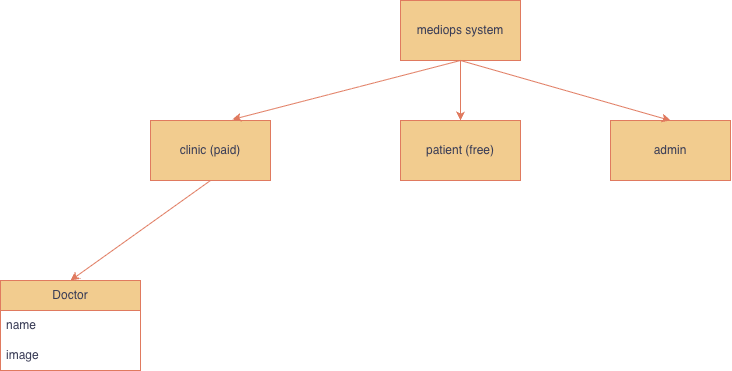
Earlier version of the draw.io export diagrams/mediops.png (CompleteGlory/mediops). Source tidied: cells renumbered, new cells last; positions are measured from the earlier drawing's top-left corner, leaving out a move shared by most shapes. Source of this version:
```xml
<mxGraphModel>
  <root>
    <mxCell id="0" />
    <mxCell id="1" parent="0" />
    <mxCell id="2" value="mediops system" style="rounded=0;whiteSpace=wrap;html=1;labelBackgroundColor=none;fillColor=#F2CC8F;strokeColor=#E07A5F;fontColor=#393C56;" parent="1" vertex="1">
      <mxGeometry x="400" width="120" height="60" as="geometry" />
    </mxCell>
    <mxCell id="3" value="clinic (paid)" style="rounded=0;whiteSpace=wrap;html=1;labelBackgroundColor=none;fillColor=#F2CC8F;strokeColor=#E07A5F;fontColor=#393C56;" parent="1" vertex="1">
      <mxGeometry x="150" y="120" width="120" height="60" as="geometry" />
    </mxCell>
    <mxCell id="4" value="patient (free)" style="rounded=0;whiteSpace=wrap;html=1;labelBackgroundColor=none;fillColor=#F2CC8F;strokeColor=#E07A5F;fontColor=#393C56;" parent="1" vertex="1">
      <mxGeometry x="400" y="120" width="120" height="60" as="geometry" />
    </mxCell>
    <mxCell id="5" value="admin" style="rounded=0;whiteSpace=wrap;html=1;labelBackgroundColor=none;fillColor=#F2CC8F;strokeColor=#E07A5F;fontColor=#393C56;" parent="1" vertex="1">
      <mxGeometry x="610" y="120" width="120" height="60" as="geometry" />
    </mxCell>
    <mxCell id="6" style="endArrow=classic;html=1;rounded=0;exitX=0.5;exitY=1;exitDx=0;exitDy=0;entryX=0.5;entryY=0;entryDx=0;entryDy=0;labelBackgroundColor=none;strokeColor=#E07A5F;fontColor=default;" parent="1" edge="1" source="2" target="4">
      <mxGeometry relative="1" as="geometry" />
    </mxCell>
    <mxCell id="7" style="endArrow=classic;html=1;rounded=0;entryX=0.683;entryY=-0.017;entryDx=0;entryDy=0;entryPerimeter=0;labelBackgroundColor=none;strokeColor=#E07A5F;fontColor=default;" parent="1" edge="1" target="3">
      <mxGeometry relative="1" as="geometry">
        <mxPoint x="460" y="60" as="sourcePoint" />
      </mxGeometry>
    </mxCell>
    <mxCell id="8" style="endArrow=classic;html=1;rounded=0;entryX=0.5;entryY=0;entryDx=0;entryDy=0;exitX=0.5;exitY=1;exitDx=0;exitDy=0;labelBackgroundColor=none;strokeColor=#E07A5F;fontColor=default;" parent="1" edge="1" source="2" target="5">
      <mxGeometry relative="1" as="geometry" />
    </mxCell>
    <mxCell id="9" style="endArrow=classic;html=1;rounded=0;entryX=0.5;entryY=0;entryDx=0;entryDy=0;exitX=0.5;exitY=1;exitDx=0;exitDy=0;labelBackgroundColor=none;strokeColor=#E07A5F;fontColor=default;" parent="1" edge="1" source="3" target="10">
      <mxGeometry relative="1" as="geometry" />
    </mxCell>
    <mxCell id="10" value="Doctor" style="swimlane;fontStyle=0;horizontal=1;startSize=30;whiteSpace=wrap;html=1;strokeColor=#E07A5F;fontColor=#393C56;fillColor=#F2CC8F;" parent="1" vertex="1">
      <mxGeometry y="280" width="140" height="90" as="geometry" />
    </mxCell>
    <mxCell id="11" value="name" style="text;strokeColor=none;fillColor=none;align=left;verticalAlign=middle;spacingLeft=4;spacingRight=4;overflow=hidden;whiteSpace=wrap;html=1;fontColor=#393C56;" parent="10" vertex="1">
      <mxGeometry y="30" width="140" height="30" as="geometry" />
    </mxCell>
    <mxCell id="12" value="image" style="text;strokeColor=none;fillColor=none;align=left;verticalAlign=middle;spacingLeft=4;spacingRight=4;overflow=hidden;whiteSpace=wrap;html=1;fontColor=#393C56;" parent="10" vertex="1">
      <mxGeometry y="60" width="140" height="30" as="geometry" />
    </mxCell>
  </root>
</mxGraphModel>
```
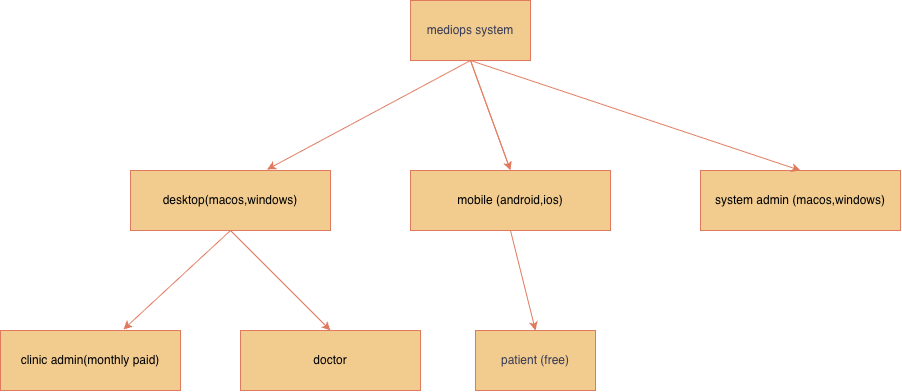
The same file after the commit.

The edit, as a diff of the source:
```diff
@@ -3,39 +3,46 @@
     <mxCell id="0" />
     <mxCell id="1" parent="0" />
     <mxCell id="2" value="mediops system" style="rounded=0;whiteSpace=wrap;html=1;labelBackgroundColor=none;fillColor=#F2CC8F;strokeColor=#E07A5F;fontColor=#393C56;" parent="1" vertex="1">
-      <mxGeometry x="400" width="120" height="60" as="geometry" />
+      <mxGeometry x="340" y="-170" width="120" height="60" as="geometry" />
     </mxCell>
-    <mxCell id="3" value="clinic (paid)" style="rounded=0;whiteSpace=wrap;html=1;labelBackgroundColor=none;fillColor=#F2CC8F;strokeColor=#E07A5F;fontColor=#393C56;" parent="1" vertex="1">
-      <mxGeometry x="150" y="120" width="120" height="60" as="geometry" />
+    <mxCell id="3" value="&lt;font style=&quot;color: rgb(0, 0, 0);&quot;&gt;clinic admin(monthly&amp;nbsp;&lt;span style=&quot;background-color: transparent;&quot;&gt;paid)&lt;/span&gt;&lt;/font&gt;" style="rounded=0;whiteSpace=wrap;html=1;labelBackgroundColor=none;fillColor=#F2CC8F;strokeColor=#E07A5F;fontColor=#393C56;" parent="1" vertex="1">
+      <mxGeometry x="-70" y="160" width="180" height="60" as="geometry" />
     </mxCell>
     <mxCell id="4" value="patient (free)" style="rounded=0;whiteSpace=wrap;html=1;labelBackgroundColor=none;fillColor=#F2CC8F;strokeColor=#E07A5F;fontColor=#393C56;" parent="1" vertex="1">
-      <mxGeometry x="400" y="120" width="120" height="60" as="geometry" />
+      <mxGeometry x="405" y="160" width="120" height="60" as="geometry" />
     </mxCell>
-    <mxCell id="5" value="admin" style="rounded=0;whiteSpace=wrap;html=1;labelBackgroundColor=none;fillColor=#F2CC8F;strokeColor=#E07A5F;fontColor=#393C56;" parent="1" vertex="1">
-      <mxGeometry x="610" y="120" width="120" height="60" as="geometry" />
-    </mxCell>
-    <mxCell id="6" style="endArrow=classic;html=1;rounded=0;exitX=0.5;exitY=1;exitDx=0;exitDy=0;entryX=0.5;entryY=0;entryDx=0;entryDy=0;labelBackgroundColor=none;strokeColor=#E07A5F;fontColor=default;" parent="1" edge="1" source="2" target="4">
+    <mxCell id="6" style="endArrow=classic;html=1;rounded=0;exitX=0.5;exitY=1;exitDx=0;exitDy=0;entryX=0.5;entryY=0;entryDx=0;entryDy=0;labelBackgroundColor=none;strokeColor=#E07A5F;fontColor=default;" parent="1" edge="1" source="17" target="4">
       <mxGeometry relative="1" as="geometry" />
     </mxCell>
-    <mxCell id="7" style="endArrow=classic;html=1;rounded=0;entryX=0.683;entryY=-0.017;entryDx=0;entryDy=0;entryPerimeter=0;labelBackgroundColor=none;strokeColor=#E07A5F;fontColor=default;" parent="1" edge="1" target="3">
-      <mxGeometry relative="1" as="geometry">
-        <mxPoint x="460" y="60" as="sourcePoint" />
-      </mxGeometry>
+    <mxCell id="7" style="endArrow=classic;html=1;rounded=0;entryX=0.683;entryY=-0.017;entryDx=0;entryDy=0;entryPerimeter=0;labelBackgroundColor=none;strokeColor=#E07A5F;fontColor=default;exitX=0.5;exitY=1;exitDx=0;exitDy=0;" parent="1" edge="1" source="14" target="3">
+      <mxGeometry relative="1" as="geometry" />
     </mxCell>
-    <mxCell id="8" style="endArrow=classic;html=1;rounded=0;entryX=0.5;entryY=0;entryDx=0;entryDy=0;exitX=0.5;exitY=1;exitDx=0;exitDy=0;labelBackgroundColor=none;strokeColor=#E07A5F;fontColor=default;" parent="1" edge="1" source="2" target="5">
-      <mxGeometry relative="1" as="geometry" />
-    </mxCell>
-    <mxCell id="9" style="endArrow=classic;html=1;rounded=0;entryX=0.5;entryY=0;entryDx=0;entryDy=0;exitX=0.5;exitY=1;exitDx=0;exitDy=0;labelBackgroundColor=none;strokeColor=#E07A5F;fontColor=default;" parent="1" edge="1" source="3" target="10">
-      <mxGeometry relative="1" as="geometry" />
-    </mxCell>
-    <mxCell id="10" value="Doctor" style="swimlane;fontStyle=0;horizontal=1;startSize=30;whiteSpace=wrap;html=1;strokeColor=#E07A5F;fontColor=#393C56;fillColor=#F2CC8F;" parent="1" vertex="1">
-      <mxGeometry y="280" width="140" height="90" as="geometry" />
-    </mxCell>
-    <mxCell id="11" value="name" style="text;strokeColor=none;fillColor=none;align=left;verticalAlign=middle;spacingLeft=4;spacingRight=4;overflow=hidden;whiteSpace=wrap;html=1;fontColor=#393C56;" parent="10" vertex="1">
-      <mxGeometry y="30" width="140" height="30" as="geometry" />
-    </mxCell>
-    <mxCell id="12" value="image" style="text;strokeColor=none;fillColor=none;align=left;verticalAlign=middle;spacingLeft=4;spacingRight=4;overflow=hidden;whiteSpace=wrap;html=1;fontColor=#393C56;" parent="10" vertex="1">
-      <mxGeometry y="60" width="140" height="30" as="geometry" />
-    </mxCell>
+    <mxCell id="13" style="endArrow=classic;html=1;rounded=0;entryX=0.683;entryY=-0.017;entryDx=0;entryDy=0;entryPerimeter=0;labelBackgroundColor=none;strokeColor=#E07A5F;fontColor=default;exitX=0.5;exitY=1;exitDx=0;exitDy=0;" parent="1" edge="1" source="2" target="14">
+      <mxGeometry relative="1" as="geometry" />
+    </mxCell>
+    <mxCell id="14" value="&lt;font color=&quot;#000000&quot;&gt;desktop(macos,windows)&lt;/font&gt;" style="rounded=0;whiteSpace=wrap;html=1;labelBackgroundColor=none;fillColor=#F2CC8F;strokeColor=#E07A5F;fontColor=#393C56;" parent="1" vertex="1">
+      <mxGeometry x="60" width="200" height="60" as="geometry" />
+    </mxCell>
+    <mxCell id="15" style="endArrow=classic;html=1;rounded=0;exitX=0.5;exitY=1;exitDx=0;exitDy=0;entryX=0.5;entryY=0;entryDx=0;entryDy=0;labelBackgroundColor=none;strokeColor=#E07A5F;fontColor=default;" parent="1" edge="1" source="2" target="17">
+      <mxGeometry relative="1" as="geometry" />
+    </mxCell>
+    <mxCell id="16" style="endArrow=classic;html=1;rounded=0;entryX=0.5;entryY=0;entryDx=0;entryDy=0;exitX=0.5;exitY=1;exitDx=0;exitDy=0;labelBackgroundColor=none;strokeColor=#E07A5F;fontColor=default;" parent="1" edge="1" source="2" target="17">
+      <mxGeometry relative="1" as="geometry" />
+    </mxCell>
+    <mxCell id="17" value="&lt;font color=&quot;#000000&quot;&gt;mobile (android,ios)&lt;/font&gt;" style="rounded=0;whiteSpace=wrap;html=1;labelBackgroundColor=none;fillColor=#F2CC8F;strokeColor=#E07A5F;fontColor=#393C56;" parent="1" vertex="1">
+      <mxGeometry x="340" width="200" height="60" as="geometry" />
+    </mxCell>
+    <mxCell id="18" value="&lt;font color=&quot;#000000&quot;&gt;doctor&lt;/font&gt;" style="rounded=0;whiteSpace=wrap;html=1;labelBackgroundColor=none;fillColor=#F2CC8F;strokeColor=#E07A5F;fontColor=#393C56;" parent="1" vertex="1">
+      <mxGeometry x="170" y="160" width="180" height="60" as="geometry" />
+    </mxCell>
+    <mxCell id="19" style="endArrow=classic;html=1;rounded=0;entryX=0.5;entryY=0;entryDx=0;entryDy=0;labelBackgroundColor=none;strokeColor=#E07A5F;fontColor=default;exitX=0.5;exitY=1;exitDx=0;exitDy=0;" parent="1" edge="1" source="14" target="18">
+      <mxGeometry relative="1" as="geometry" />
+    </mxCell>
+    <mxCell id="20" value="&lt;font color=&quot;#000000&quot;&gt;system admin (macos,windows)&lt;/font&gt;" style="rounded=0;whiteSpace=wrap;html=1;labelBackgroundColor=none;fillColor=#F2CC8F;strokeColor=#E07A5F;fontColor=#393C56;" parent="1" vertex="1">
+      <mxGeometry x="630" width="200" height="60" as="geometry" />
+    </mxCell>
+    <mxCell id="21" style="endArrow=classic;html=1;rounded=0;entryX=0.5;entryY=0;entryDx=0;entryDy=0;exitX=0.5;exitY=1;exitDx=0;exitDy=0;labelBackgroundColor=none;strokeColor=#E07A5F;fontColor=default;" parent="1" edge="1" source="2" target="20">
+      <mxGeometry relative="1" as="geometry" />
+    </mxCell>
   </root>
 </mxGraphModel>
```
